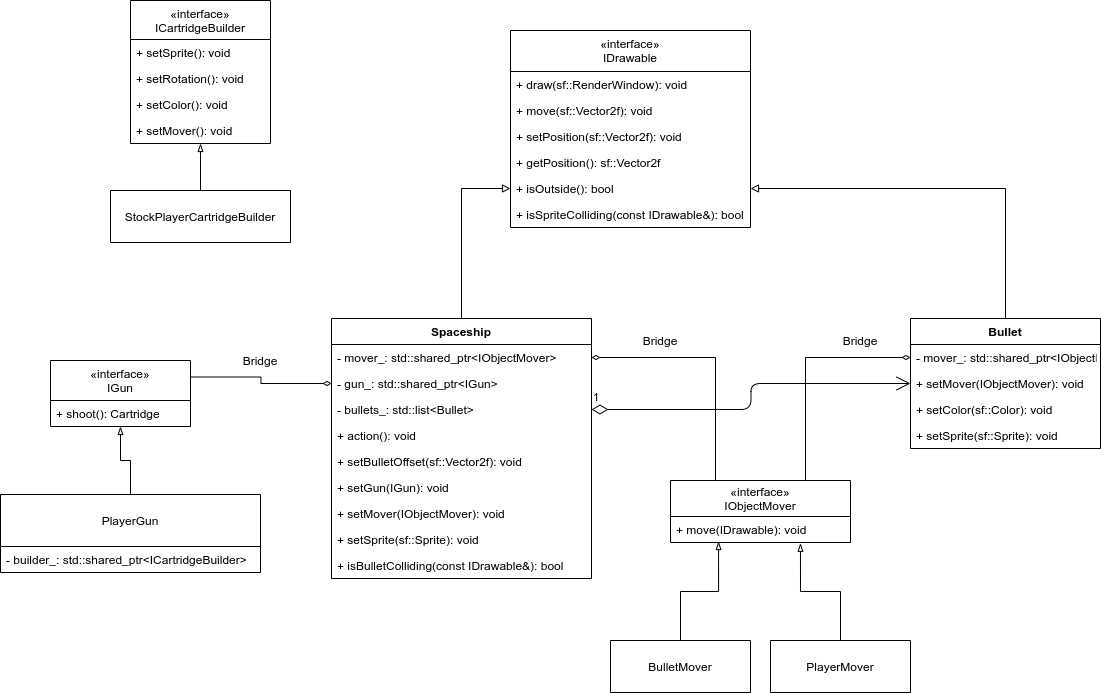
Earlier version of the draw.io export docs/SpaceWars.png (bshelkhonov/Space-Wars). Source tidied: cells renumbered, new cells last; positions are measured from the earlier drawing's top-left corner, leaving out a move shared by most shapes.
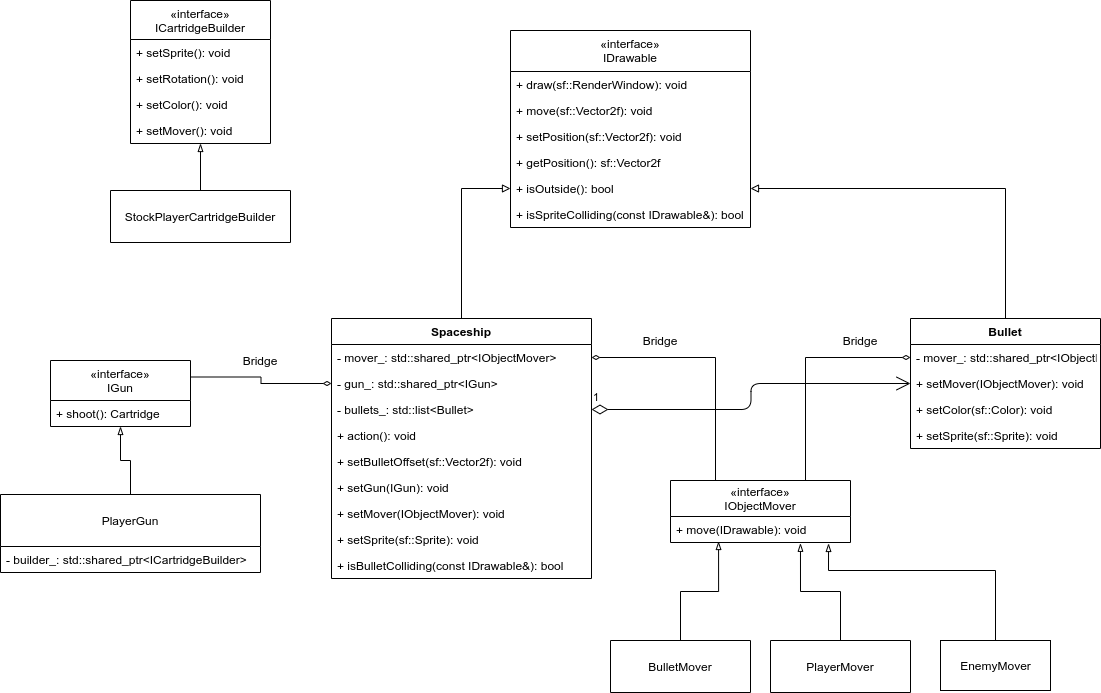
Later version of the same file.

Change to the diagram source:
```diff
@@ -149,5 +149,16 @@
     <mxCell id="50" value="Bridge" style="text;html=1;strokeColor=none;fillColor=none;align=center;verticalAlign=middle;whiteSpace=wrap;rounded=0;" parent="1" vertex="1">
       <mxGeometry x="840" y="330" width="40" height="20" as="geometry" />
     </mxCell>
+    <mxCell id="51" style="edgeStyle=orthogonalEdgeStyle;rounded=0;jettySize=auto;html=1;exitX=0.5;exitY=0;exitDx=0;exitDy=0;entryX=0.878;entryY=1.038;entryDx=0;entryDy=0;entryPerimeter=0;endArrow=blockThin;endFill=0;" parent="1" edge="1" source="52" target="42">
+      <mxGeometry relative="1" as="geometry">
+        <Array as="points">
+          <mxPoint x="995" y="570" />
+          <mxPoint x="828" y="570" />
+        </Array>
+      </mxGeometry>
+    </mxCell>
+    <mxCell id="52" value="EnemyMover" style="html=1;" parent="1" vertex="1">
+      <mxGeometry x="940" y="640" width="110" height="50" as="geometry" />
+    </mxCell>
   </root>
 </mxGraphModel>
```
